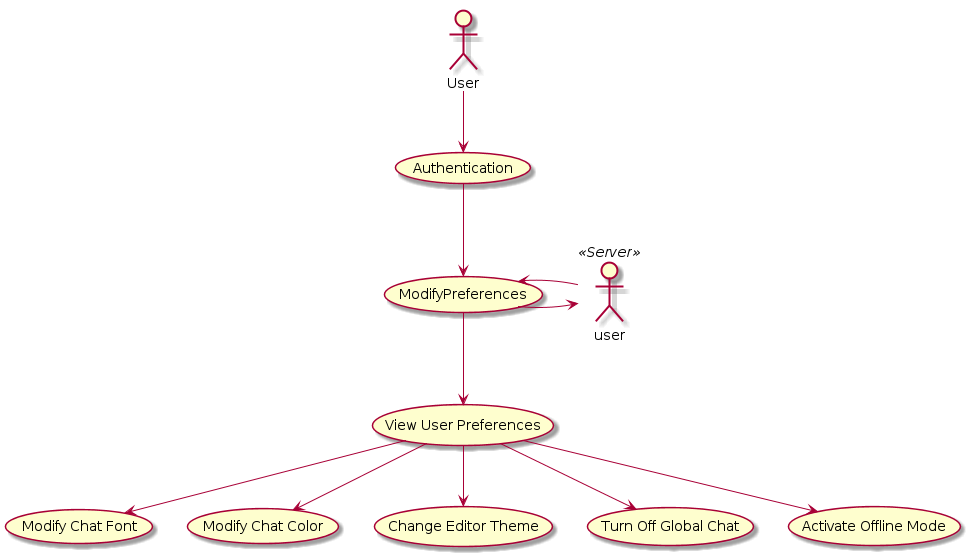
Earlier version of the PlantUML export Deliverables/Master Requirements Specification/diagrams/usecase-preferences.png (uidaho/cs383).
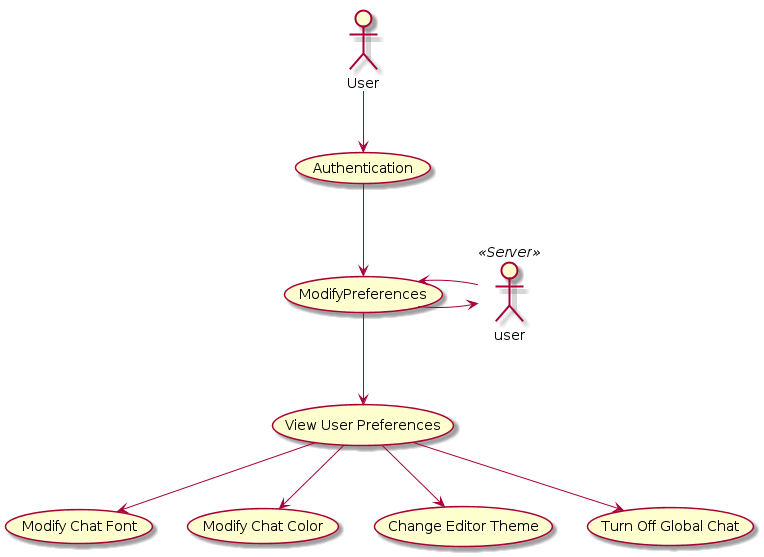
Above is the later version.

The edit, as a diff of the source:
```diff
@@ -9,7 +9,6 @@
 (View User Preferences) --> (Modify Chat Color)
 (View User Preferences) --> (Change Editor Theme)
 (View User Preferences) --> (Turn Off Global Chat)
-(View User Preferences) --> (Activate Offline Mode)
 
 
 (ModifyPreferences) -> user
```
